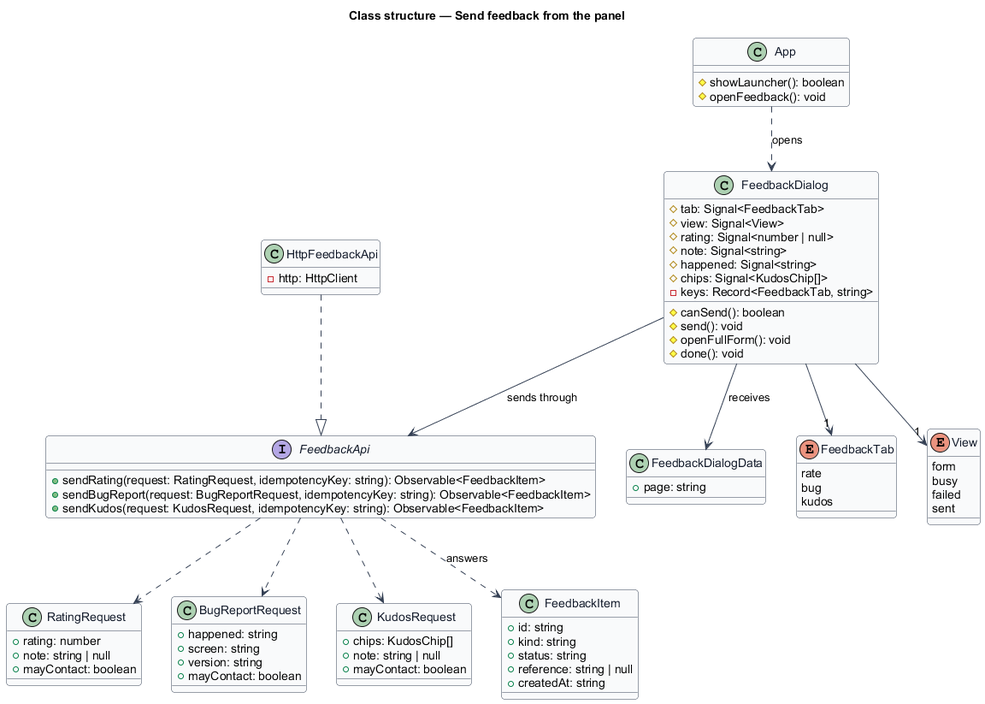
QuinntyneBrown/jubilee keeps this PlantUML diagram as docs/detailed-designs/feedback/send-feedback-from-panel/diagrams/class-structure.png. Above is the earlier version. Source of this version:
```plantuml
@startuml
skinparam backgroundColor #FFFFFF
skinparam shadowing false
skinparam roundcorner 8
skinparam defaultFontName Arial
skinparam ArrowColor #344054
skinparam class {
  BorderColor #344054
  FontColor #101828
  BackgroundColor #F9FAFB
}
title Class structure — Send feedback from the panel

interface FeedbackApi {
  +sendRating(request: RatingRequest, idempotencyKey: string): Observable<FeedbackItem>
  +sendBugReport(request: BugReportRequest, idempotencyKey: string): Observable<FeedbackItem>
  +sendKudos(request: KudosRequest, idempotencyKey: string): Observable<FeedbackItem>
}

class HttpFeedbackApi {
  -http: HttpClient
}

class FeedbackDialog {
  #tab: Signal<FeedbackTab>
  #view: Signal<View>
  #rating: Signal<number | null>
  #note: Signal<string>
  #happened: Signal<string>
  #chips: Signal<KudosChip[]>
  -keys: Record<FeedbackTab, string>
  #canSend(): boolean
  #send(): void
  #openFullForm(): void
  #done(): void
}

class FeedbackDialogData {
  +page: string
}

enum FeedbackTab {
  rate
  bug
  kudos
}

enum View {
  form
  busy
  failed
  sent
}

class RatingRequest {
  +rating: number
  +note: string | null
  +mayContact: boolean
}

class BugReportRequest {
  +happened: string
  +screen: string
  +version: string
  +mayContact: boolean
}

class KudosRequest {
  +chips: KudosChip[]
  +note: string | null
  +mayContact: boolean
}

class FeedbackItem {
  +id: string
  +kind: string
  +status: string
  +reference: string | null
  +createdAt: string
}

class App {
  #showLauncher(): boolean
  #openFeedback(): void
}

HttpFeedbackApi ..|> FeedbackApi
App ..> FeedbackDialog : opens
FeedbackDialog --> FeedbackDialogData : receives
FeedbackDialog --> FeedbackApi : sends through
FeedbackDialog --> "1" FeedbackTab
FeedbackDialog --> "1" View
FeedbackApi ..> RatingRequest
FeedbackApi ..> BugReportRequest
FeedbackApi ..> KudosRequest
FeedbackApi ..> FeedbackItem : answers
@enduml
```
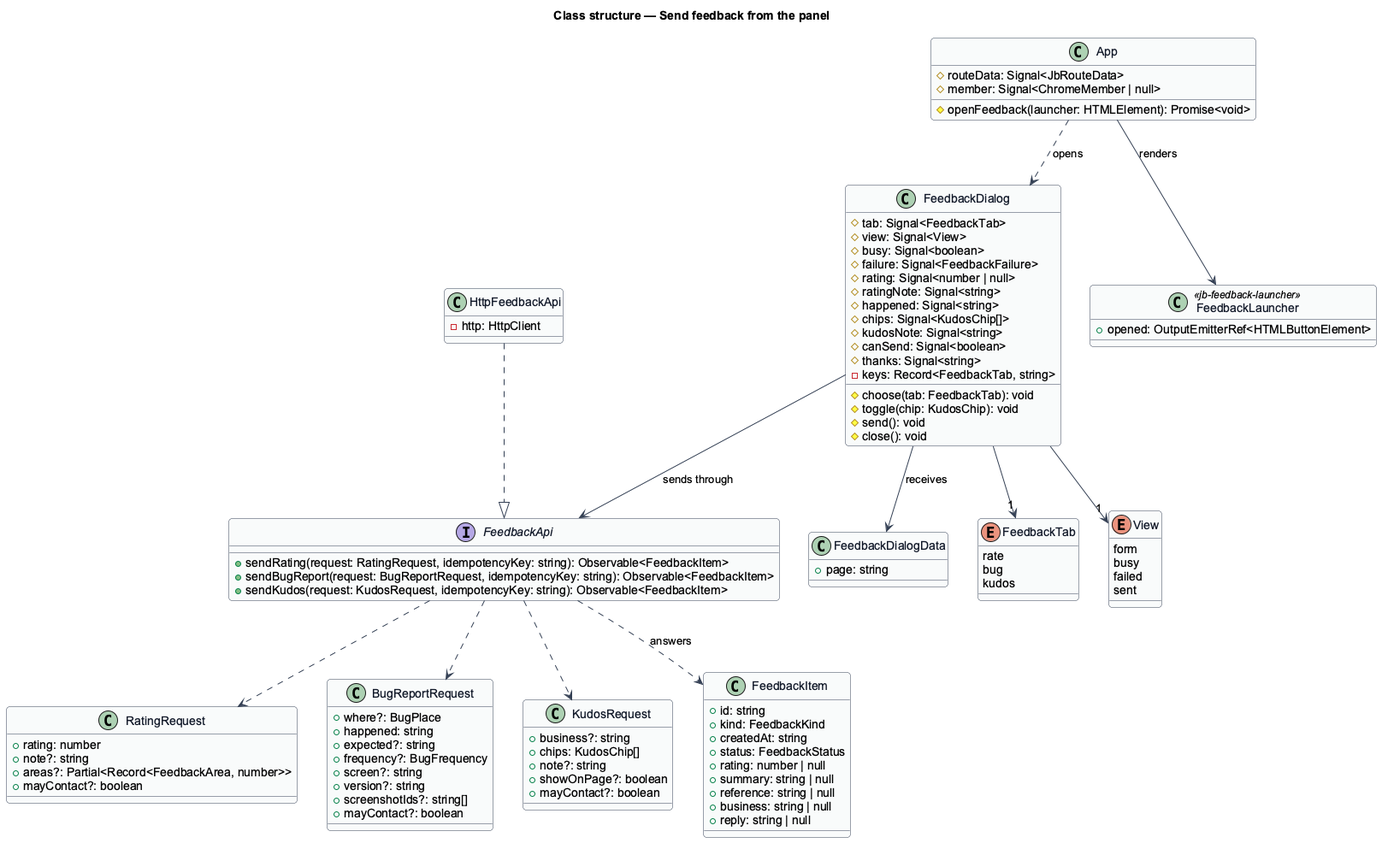
The same diagram one commit later.

The edit, as a diff of the source:
```diff
@@ -24,15 +24,20 @@
 class FeedbackDialog {
   #tab: Signal<FeedbackTab>
   #view: Signal<View>
+  #busy: Signal<boolean>
+  #failure: Signal<FeedbackFailure>
   #rating: Signal<number | null>
-  #note: Signal<string>
+  #ratingNote: Signal<string>
   #happened: Signal<string>
   #chips: Signal<KudosChip[]>
+  #kudosNote: Signal<string>
+  #canSend: Signal<boolean>
+  #thanks: Signal<string>
   -keys: Record<FeedbackTab, string>
-  #canSend(): boolean
+  #choose(tab: FeedbackTab): void
+  #toggle(chip: KudosChip): void
   #send(): void
-  #openFullForm(): void
-  #done(): void
+  #close(): void
 }
 
 class FeedbackDialogData {
@@ -54,37 +59,54 @@
 
 class RatingRequest {
   +rating: number
-  +note: string | null
-  +mayContact: boolean
+  +note?: string
+  +areas?: Partial<Record<FeedbackArea, number>>
+  +mayContact?: boolean
 }
 
 class BugReportRequest {
+  +where?: BugPlace
   +happened: string
-  +screen: string
-  +version: string
-  +mayContact: boolean
+  +expected?: string
+  +frequency?: BugFrequency
+  +screen?: string
+  +version?: string
+  +screenshotIds?: string[]
+  +mayContact?: boolean
 }
 
 class KudosRequest {
+  +business?: string
   +chips: KudosChip[]
-  +note: string | null
-  +mayContact: boolean
+  +note?: string
+  +showOnPage?: boolean
+  +mayContact?: boolean
 }
 
 class FeedbackItem {
   +id: string
-  +kind: string
-  +status: string
+  +kind: FeedbackKind
+  +createdAt: string
+  +status: FeedbackStatus
+  +rating: number | null
+  +summary: string | null
   +reference: string | null
-  +createdAt: string
+  +business: string | null
+  +reply: string | null
 }
 
 class App {
-  #showLauncher(): boolean
-  #openFeedback(): void
+  #routeData: Signal<JbRouteData>
+  #member: Signal<ChromeMember | null>
+  #openFeedback(launcher: HTMLElement): Promise<void>
+}
+
+class FeedbackLauncher <<jb-feedback-launcher>> {
+  +opened: OutputEmitterRef<HTMLButtonElement>
 }
 
 HttpFeedbackApi ..|> FeedbackApi
+App --> FeedbackLauncher : renders
 App ..> FeedbackDialog : opens
 FeedbackDialog --> FeedbackDialogData : receives
 FeedbackDialog --> FeedbackApi : sends through
```
